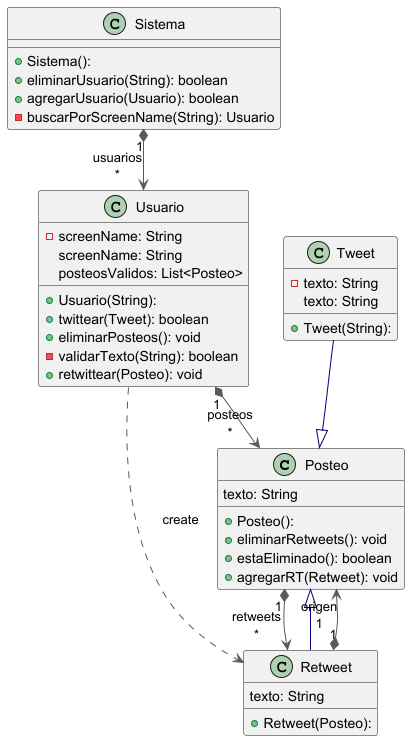
Before: 2026/Práctica/Repaso-Twitter/UML.png, a diagram exported from PlantUML (fededobal/OO2).
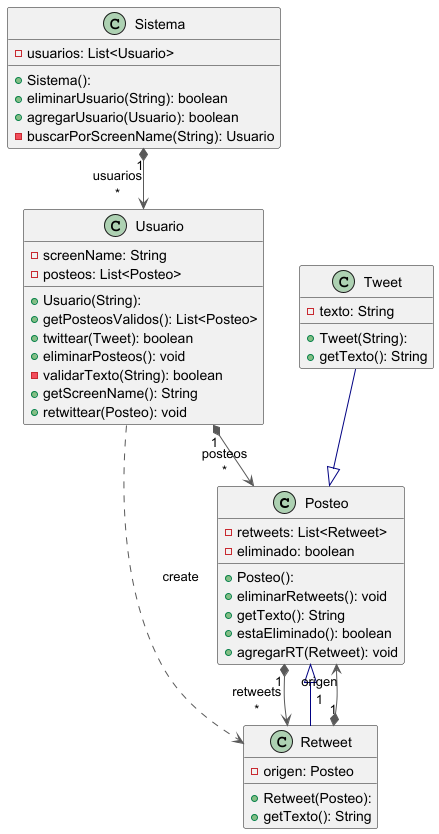
After the change.

What changed in the source:
```diff
@@ -2,20 +2,23 @@
 
 top to bottom direction
 
-
 class Posteo {
   + Posteo():
+  - retweets: List<Retweet>
+  - eliminado: boolean
   + eliminarRetweets(): void
+  + getTexto(): String
   + estaEliminado(): boolean
   + agregarRT(Retweet): void
-   texto: String
 }
 class Retweet {
   + Retweet(Posteo):
-   texto: String
+  - origen: Posteo
+  + getTexto(): String
 }
 class Sistema {
   + Sistema():
+  - usuarios: List<Usuario>
   + eliminarUsuario(String): boolean
   + agregarUsuario(Usuario): boolean
   - buscarPorScreenName(String): Usuario
@@ -23,17 +26,18 @@
 class Tweet {
   + Tweet(String):
   - texto: String
-   texto: String
+  + getTexto(): String
 }
 class Usuario {
   + Usuario(String):
   - screenName: String
+  - posteos: List<Posteo>
+  + getPosteosValidos(): List<Posteo>
   + twittear(Tweet): boolean
   + eliminarPosteos(): void
   - validarTexto(String): boolean
+  + getScreenName(): String
   + retwittear(Posteo): void
-   screenName: String
-   posteosValidos: List<Posteo>
 }
 
 Posteo  "1" *-[#595959,plain]-> "retweets\n*" Retweet
```
